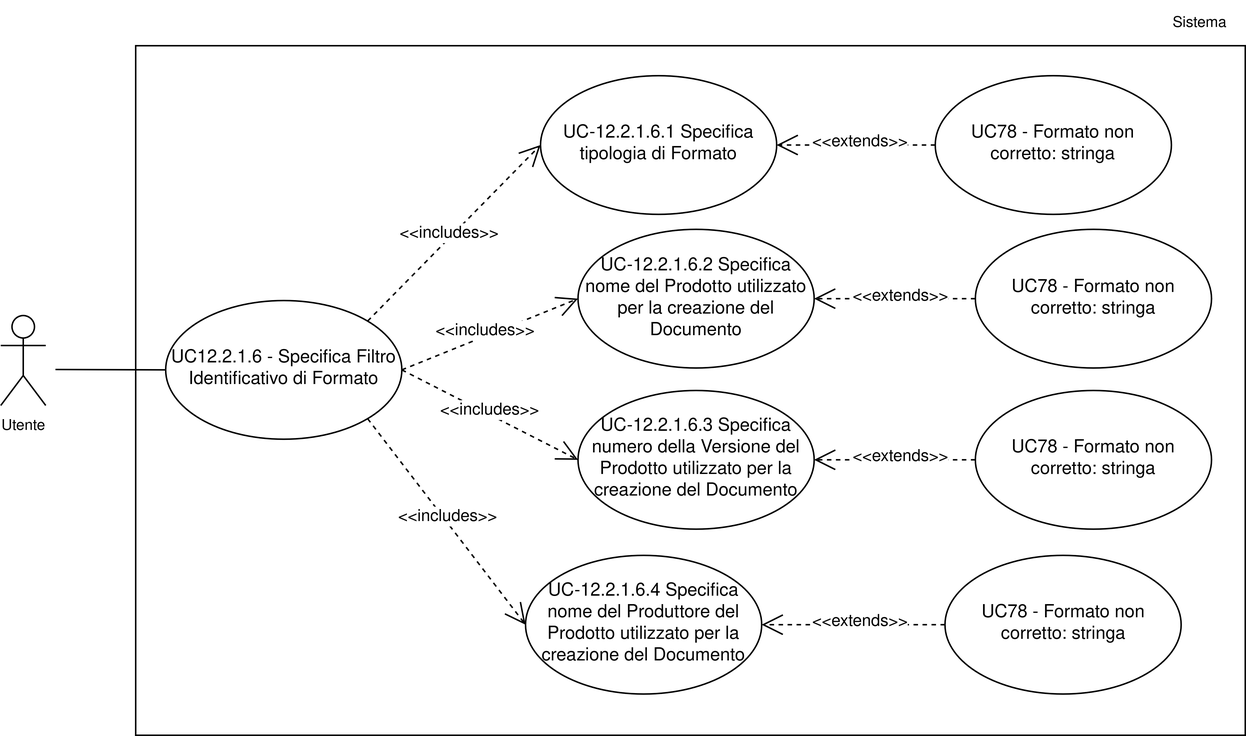
Earlier version of the draw.io export assets/uml/UC12.2.1.6.png (7-ZPUs/Docs). Source tidied: cells renumbered, new cells last; positions are measured from the earlier drawing's top-left corner, leaving out a move shared by most shapes. Source of this version:
```xml
<mxGraphModel>
  <root>
    <mxCell id="0" />
    <mxCell id="1" parent="0" />
    <mxCell id="2" style="rounded=0;whiteSpace=wrap;html=1;fillColor=none;" parent="1" vertex="1">
      <mxGeometry x="90" y="30" width="740" height="460" as="geometry" />
    </mxCell>
    <mxCell id="3" value="&lt;font style=&quot;font-size: 10px;&quot;&gt;Utente&lt;/font&gt;" style="shape=umlActor;verticalLabelPosition=bottom;verticalAlign=top;html=1;" parent="1" vertex="1">
      <mxGeometry y="210" width="30" height="60" as="geometry" />
    </mxCell>
    <mxCell id="4" style="endArrow=none;html=1;rounded=0;entryX=0;entryY=0.5;entryDx=0;entryDy=0;" parent="1" edge="1">
      <mxGeometry relative="1" as="geometry">
        <mxPoint x="36.5" y="246" as="sourcePoint" />
        <mxPoint x="111" y="246.2" as="targetPoint" />
      </mxGeometry>
    </mxCell>
    <mxCell id="5" value="&lt;div&gt;UC12.2.1.6 - Specifica Filtro Identificativo di Formato&lt;/div&gt;" style="ellipse;whiteSpace=wrap;html=1;" parent="1" vertex="1">
      <mxGeometry x="110" y="200" width="157.5" height="92.5" as="geometry" />
    </mxCell>
    <mxCell id="6" value="&lt;div&gt;UC-12.2.1.6.1 Specifica tipologia di Formato&lt;/div&gt;" style="ellipse;whiteSpace=wrap;html=1;" parent="1" vertex="1">
      <mxGeometry x="360" y="50" width="157.5" height="92.5" as="geometry" />
    </mxCell>
    <mxCell id="7" value="&lt;div&gt;UC-12.2.1.6.2 Specifica nome del Prodotto utilizzato per la creazione del&lt;br&gt;Documento&lt;/div&gt;" style="ellipse;whiteSpace=wrap;html=1;" parent="1" vertex="1">
      <mxGeometry x="385" y="152.5" width="157.5" height="92.5" as="geometry" />
    </mxCell>
    <mxCell id="8" value="&lt;div&gt;UC-12.2.1.6.3 Specifica numero della Versione del Prodotto utilizzato per la&lt;br&gt;creazione del Documento&lt;/div&gt;" style="ellipse;whiteSpace=wrap;html=1;" parent="1" vertex="1">
      <mxGeometry x="385" y="260" width="157.5" height="92.5" as="geometry" />
    </mxCell>
    <mxCell id="9" value="&lt;div&gt;UC-12.2.1.6.4 Specifica nome del Produttore del Prodotto utilizzato per la&lt;br&gt;creazione del Documento&lt;/div&gt;" style="ellipse;whiteSpace=wrap;html=1;" parent="1" vertex="1">
      <mxGeometry x="350" y="370" width="157.5" height="92.5" as="geometry" />
    </mxCell>
    <mxCell id="10" value="&amp;lt;&amp;lt;includes&amp;gt;&amp;gt;" style="endArrow=open;endSize=12;dashed=1;html=1;rounded=0;entryX=0;entryY=0.5;entryDx=0;entryDy=0;exitX=1;exitY=0;exitDx=0;exitDy=0;" parent="1" edge="1" source="5" target="6">
      <mxGeometry x="-0.03" y="3" relative="1" as="geometry" />
    </mxCell>
    <mxCell id="11" value="&amp;lt;&amp;lt;includes&amp;gt;&amp;gt;" style="endArrow=open;endSize=12;dashed=1;html=1;rounded=0;entryX=0;entryY=0.5;entryDx=0;entryDy=0;exitX=1;exitY=0.5;exitDx=0;exitDy=0;" parent="1" edge="1" source="5" target="7">
      <mxGeometry x="-0.03" y="3" relative="1" as="geometry" />
    </mxCell>
    <mxCell id="12" value="&amp;lt;&amp;lt;includes&amp;gt;&amp;gt;" style="endArrow=open;endSize=12;dashed=1;html=1;rounded=0;entryX=0;entryY=0.5;entryDx=0;entryDy=0;exitX=1;exitY=0.5;exitDx=0;exitDy=0;" parent="1" edge="1" source="5" target="8">
      <mxGeometry x="-0.03" y="3" relative="1" as="geometry" />
    </mxCell>
    <mxCell id="13" value="&amp;lt;&amp;lt;includes&amp;gt;&amp;gt;" style="endArrow=open;endSize=12;dashed=1;html=1;rounded=0;entryX=0;entryY=0.5;entryDx=0;entryDy=0;exitX=1;exitY=1;exitDx=0;exitDy=0;" parent="1" edge="1" source="5" target="9">
      <mxGeometry x="-0.03" y="3" relative="1" as="geometry" />
    </mxCell>
    <mxCell id="14" value="&lt;div&gt;UC78 -&amp;nbsp;Formato non corretto: stringa&lt;/div&gt;" style="ellipse;whiteSpace=wrap;html=1;" parent="1" vertex="1">
      <mxGeometry x="623.2" y="50" width="157.5" height="92.5" as="geometry" />
    </mxCell>
    <mxCell id="15" value="&amp;lt;&amp;lt;extends&amp;gt;&amp;gt;" style="endArrow=open;endSize=12;dashed=1;html=1;rounded=0;entryX=1;entryY=0.5;entryDx=0;entryDy=0;exitX=0;exitY=0.5;exitDx=0;exitDy=0;" parent="1" edge="1" source="14" target="6">
      <mxGeometry x="-0.07" y="-2" relative="1" as="geometry" />
    </mxCell>
    <mxCell id="16" value="&lt;div&gt;UC78 -&amp;nbsp;Formato non corretto: stringa&lt;/div&gt;" style="ellipse;whiteSpace=wrap;html=1;" parent="1" vertex="1">
      <mxGeometry x="650" y="152.5" width="157.5" height="92.5" as="geometry" />
    </mxCell>
    <mxCell id="17" value="&amp;lt;&amp;lt;extends&amp;gt;&amp;gt;" style="endArrow=open;endSize=12;dashed=1;html=1;rounded=0;entryX=1;entryY=0.5;entryDx=0;entryDy=0;exitX=0;exitY=0.5;exitDx=0;exitDy=0;" parent="1" edge="1" source="16" target="7">
      <mxGeometry x="-0.07" y="-2" relative="1" as="geometry" />
    </mxCell>
    <mxCell id="18" value="&lt;div&gt;UC78 -&amp;nbsp;Formato non corretto: stringa&lt;/div&gt;" style="ellipse;whiteSpace=wrap;html=1;" parent="1" vertex="1">
      <mxGeometry x="650" y="260" width="157.5" height="92.5" as="geometry" />
    </mxCell>
    <mxCell id="19" value="&amp;lt;&amp;lt;extends&amp;gt;&amp;gt;" style="endArrow=open;endSize=12;dashed=1;html=1;rounded=0;entryX=1;entryY=0.5;entryDx=0;entryDy=0;exitX=0;exitY=0.5;exitDx=0;exitDy=0;" parent="1" edge="1" source="18" target="8">
      <mxGeometry x="-0.07" y="-2" relative="1" as="geometry" />
    </mxCell>
    <mxCell id="20" value="&lt;div&gt;UC78 -&amp;nbsp;Formato non corretto: stringa&lt;/div&gt;" style="ellipse;whiteSpace=wrap;html=1;" parent="1" vertex="1">
      <mxGeometry x="629.8" y="370" width="157.5" height="92.5" as="geometry" />
    </mxCell>
    <mxCell id="21" value="&amp;lt;&amp;lt;extends&amp;gt;&amp;gt;" style="endArrow=open;endSize=12;dashed=1;html=1;rounded=0;entryX=1;entryY=0.5;entryDx=0;entryDy=0;exitX=0;exitY=0.5;exitDx=0;exitDy=0;" parent="1" edge="1" source="20" target="9">
      <mxGeometry x="-0.07" y="-2" relative="1" as="geometry" />
    </mxCell>
    <mxCell id="22" value="&lt;font&gt;Sistema&lt;/font&gt;" style="text;html=1;whiteSpace=wrap;strokeColor=none;fillColor=none;align=center;verticalAlign=middle;rounded=0;fontSize=10;" parent="1" vertex="1">
      <mxGeometry x="770" width="60" height="30" as="geometry" />
    </mxCell>
  </root>
</mxGraphModel>
```
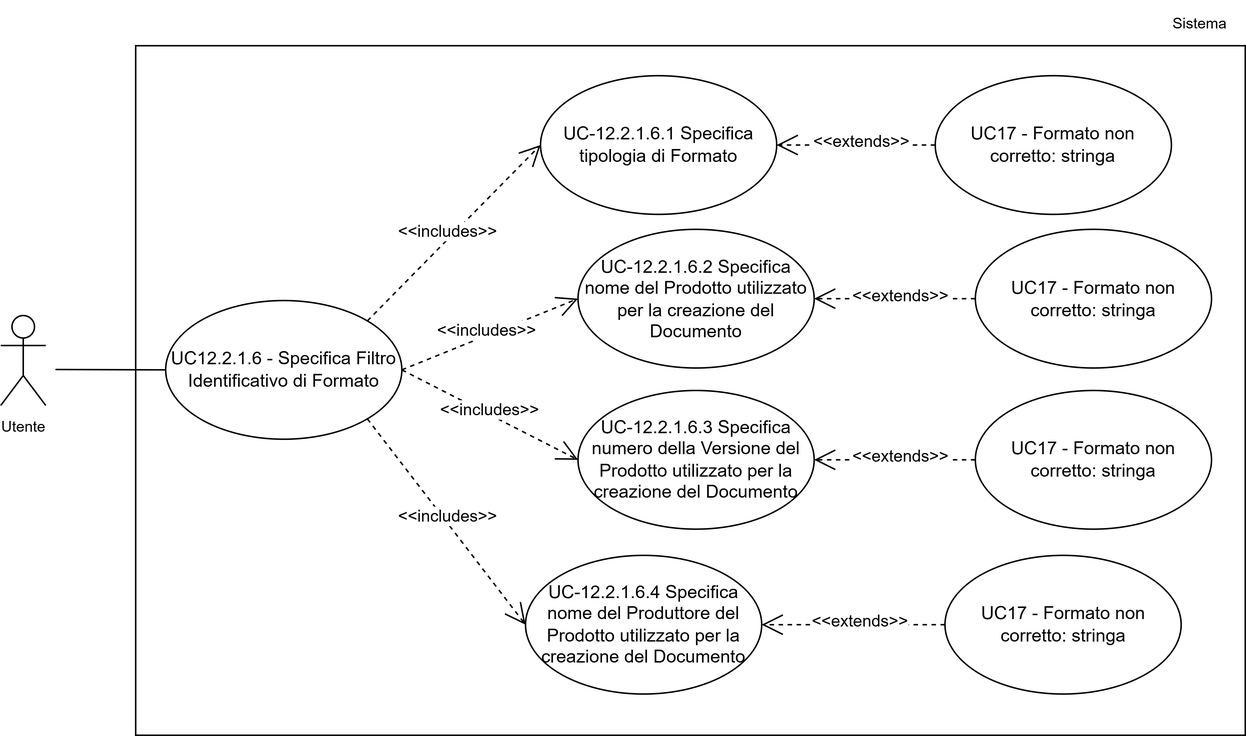
The same diagram one commit later.

Change to the diagram source:
```diff
@@ -41,25 +41,25 @@
     <mxCell id="13" value="&amp;lt;&amp;lt;includes&amp;gt;&amp;gt;" style="endArrow=open;endSize=12;dashed=1;html=1;rounded=0;entryX=0;entryY=0.5;entryDx=0;entryDy=0;exitX=1;exitY=1;exitDx=0;exitDy=0;" parent="1" edge="1" source="5" target="9">
       <mxGeometry x="-0.03" y="3" relative="1" as="geometry" />
     </mxCell>
-    <mxCell id="14" value="&lt;div&gt;UC78 -&amp;nbsp;Formato non corretto: stringa&lt;/div&gt;" style="ellipse;whiteSpace=wrap;html=1;" parent="1" vertex="1">
+    <mxCell id="14" value="&lt;div&gt;UC17 -&amp;nbsp;Formato non corretto: stringa&lt;/div&gt;" style="ellipse;whiteSpace=wrap;html=1;" parent="1" vertex="1">
       <mxGeometry x="623.2" y="50" width="157.5" height="92.5" as="geometry" />
     </mxCell>
     <mxCell id="15" value="&amp;lt;&amp;lt;extends&amp;gt;&amp;gt;" style="endArrow=open;endSize=12;dashed=1;html=1;rounded=0;entryX=1;entryY=0.5;entryDx=0;entryDy=0;exitX=0;exitY=0.5;exitDx=0;exitDy=0;" parent="1" edge="1" source="14" target="6">
       <mxGeometry x="-0.07" y="-2" relative="1" as="geometry" />
     </mxCell>
-    <mxCell id="16" value="&lt;div&gt;UC78 -&amp;nbsp;Formato non corretto: stringa&lt;/div&gt;" style="ellipse;whiteSpace=wrap;html=1;" parent="1" vertex="1">
+    <mxCell id="16" value="&lt;div&gt;UC17 -&amp;nbsp;Formato non corretto: stringa&lt;/div&gt;" style="ellipse;whiteSpace=wrap;html=1;" parent="1" vertex="1">
       <mxGeometry x="650" y="152.5" width="157.5" height="92.5" as="geometry" />
     </mxCell>
     <mxCell id="17" value="&amp;lt;&amp;lt;extends&amp;gt;&amp;gt;" style="endArrow=open;endSize=12;dashed=1;html=1;rounded=0;entryX=1;entryY=0.5;entryDx=0;entryDy=0;exitX=0;exitY=0.5;exitDx=0;exitDy=0;" parent="1" edge="1" source="16" target="7">
       <mxGeometry x="-0.07" y="-2" relative="1" as="geometry" />
     </mxCell>
-    <mxCell id="18" value="&lt;div&gt;UC78 -&amp;nbsp;Formato non corretto: stringa&lt;/div&gt;" style="ellipse;whiteSpace=wrap;html=1;" parent="1" vertex="1">
+    <mxCell id="18" value="&lt;div&gt;UC17 -&amp;nbsp;Formato non corretto: stringa&lt;/div&gt;" style="ellipse;whiteSpace=wrap;html=1;" parent="1" vertex="1">
       <mxGeometry x="650" y="260" width="157.5" height="92.5" as="geometry" />
     </mxCell>
     <mxCell id="19" value="&amp;lt;&amp;lt;extends&amp;gt;&amp;gt;" style="endArrow=open;endSize=12;dashed=1;html=1;rounded=0;entryX=1;entryY=0.5;entryDx=0;entryDy=0;exitX=0;exitY=0.5;exitDx=0;exitDy=0;" parent="1" edge="1" source="18" target="8">
       <mxGeometry x="-0.07" y="-2" relative="1" as="geometry" />
     </mxCell>
-    <mxCell id="20" value="&lt;div&gt;UC78 -&amp;nbsp;Formato non corretto: stringa&lt;/div&gt;" style="ellipse;whiteSpace=wrap;html=1;" parent="1" vertex="1">
+    <mxCell id="20" value="&lt;div&gt;UC17 -&amp;nbsp;Formato non corretto: stringa&lt;/div&gt;" style="ellipse;whiteSpace=wrap;html=1;" parent="1" vertex="1">
       <mxGeometry x="629.8" y="370" width="157.5" height="92.5" as="geometry" />
     </mxCell>
     <mxCell id="21" value="&amp;lt;&amp;lt;extends&amp;gt;&amp;gt;" style="endArrow=open;endSize=12;dashed=1;html=1;rounded=0;entryX=1;entryY=0.5;entryDx=0;entryDy=0;exitX=0;exitY=0.5;exitDx=0;exitDy=0;" parent="1" edge="1" source="20" target="9">
```
